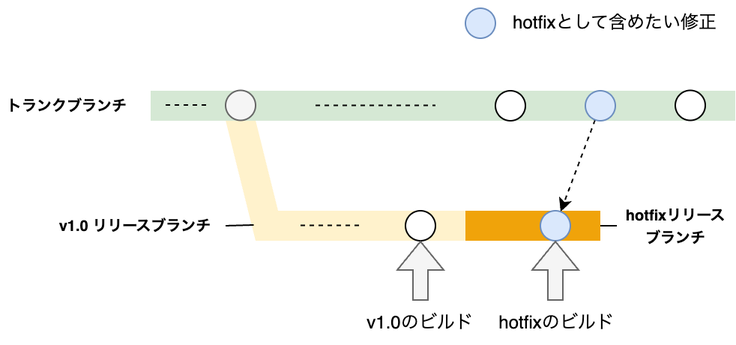
Above: images/trunk-based-development-strategy/trunk-based-hotfix-release.png in shotaIDE/zenn (draw.io), before the change. Source tidied: cells renumbered, new cells last; positions are measured from the earlier drawing's top-left corner, leaving out a move shared by most shapes. The source it was exported from:
```xml
<mxGraphModel>
  <root>
    <mxCell id="0" />
    <mxCell id="1" parent="0" />
    <mxCell id="2" style="rounded=0;whiteSpace=wrap;html=1;fillColor=#f0a30a;strokeColor=none;fontColor=#000000;" parent="1" vertex="1">
      <mxGeometry x="310" y="140" width="90" height="20" as="geometry" />
    </mxCell>
    <mxCell id="3" style="group;" parent="1" vertex="1">
      <mxGeometry x="150" y="79.8" width="160" height="80.2" as="geometry" />
    </mxCell>
    <mxCell id="4" style="rounded=0;whiteSpace=wrap;html=1;fillColor=#fff2cc;strokeColor=none;" parent="3" vertex="1">
      <mxGeometry x="30" y="60.2" width="130" height="20" as="geometry" />
    </mxCell>
    <mxCell id="5" style="shape=parallelogram;perimeter=parallelogramPerimeter;whiteSpace=wrap;html=1;fixedSize=1;fillColor=#fff2cc;strokeColor=none;flipH=1;" parent="3" vertex="1">
      <mxGeometry width="40" height="80.2" as="geometry" />
    </mxCell>
    <mxCell id="6" style="rounded=0;whiteSpace=wrap;html=1;fillColor=#d5e8d4;strokeColor=none;" parent="1" vertex="1">
      <mxGeometry x="100" y="60" width="390" height="20" as="geometry" />
    </mxCell>
    <mxCell id="7" style="ellipse;whiteSpace=wrap;html=1;fillColor=#f5f5f5;fontColor=#333333;strokeColor=#666666;" parent="1" vertex="1">
      <mxGeometry x="150" y="59.8" width="20" height="20" as="geometry" />
    </mxCell>
    <mxCell id="8" style="rounded=0;jettySize=auto;html=1;entryX=0.531;entryY=0.869;entryDx=0;entryDy=0;endArrow=none;endFill=0;exitX=1;exitY=0.5;exitDx=0;exitDy=0;entryPerimeter=0;" parent="1" edge="1" source="9" target="5">
      <mxGeometry relative="1" as="geometry" />
    </mxCell>
    <mxCell id="9" value="&lt;b&gt;&lt;font style=&quot;font-size: 10px;&quot;&gt;v1.0 リリースブランチ&lt;/font&gt;&lt;/b&gt;" style="text;html=1;strokeColor=none;fillColor=none;align=center;verticalAlign=middle;whiteSpace=wrap;rounded=0;" parent="1" vertex="1">
      <mxGeometry x="30" y="140" width="120" height="20" as="geometry" />
    </mxCell>
    <mxCell id="10" style="ellipse;whiteSpace=wrap;html=1;" parent="1" vertex="1">
      <mxGeometry x="330" y="60" width="20" height="20" as="geometry" />
    </mxCell>
    <mxCell id="11" style="rounded=0;jettySize=auto;html=1;dashed=1;" parent="1" edge="1" source="12" target="15">
      <mxGeometry relative="1" as="geometry" />
    </mxCell>
    <mxCell id="12" style="ellipse;whiteSpace=wrap;html=1;fillColor=#dae8fc;strokeColor=#6c8ebf;" parent="1" vertex="1">
      <mxGeometry x="390" y="60" width="20" height="20" as="geometry" />
    </mxCell>
    <mxCell id="13" style="ellipse;whiteSpace=wrap;html=1;" parent="1" vertex="1">
      <mxGeometry x="450" y="59.8" width="20" height="20" as="geometry" />
    </mxCell>
    <mxCell id="14" style="ellipse;whiteSpace=wrap;html=1;" parent="1" vertex="1">
      <mxGeometry x="270" y="140" width="20" height="20" as="geometry" />
    </mxCell>
    <mxCell id="15" style="ellipse;whiteSpace=wrap;html=1;fillColor=#dae8fc;strokeColor=#6c8ebf;" parent="1" vertex="1">
      <mxGeometry x="360" y="140" width="20" height="20" as="geometry" />
    </mxCell>
    <mxCell id="16" style="ellipse;whiteSpace=wrap;html=1;fillColor=#dae8fc;strokeColor=#6c8ebf;" parent="1" vertex="1">
      <mxGeometry x="310" y="5" width="20" height="20" as="geometry" />
    </mxCell>
    <mxCell id="17" value="hotfixとして含めたい修正" style="text;html=1;align=center;verticalAlign=middle;whiteSpace=wrap;rounded=0;" parent="1" vertex="1">
      <mxGeometry x="330" width="160" height="30" as="geometry" />
    </mxCell>
    <mxCell id="18" style="shape=flexArrow;endArrow=classic;html=1;rounded=0;fillColor=#f5f5f5;strokeColor=#666666;" parent="1" edge="1">
      <mxGeometry relative="1" as="geometry">
        <mxPoint x="280" y="200" as="sourcePoint" />
        <mxPoint x="280" y="160" as="targetPoint" />
      </mxGeometry>
    </mxCell>
    <mxCell id="19" value="v1.0のビルド" style="text;html=1;align=center;verticalAlign=middle;whiteSpace=wrap;rounded=0;fontFamily=Helvetica;fontSize=12;fontColor=default;" parent="1" vertex="1">
      <mxGeometry x="235" y="200" width="90" height="30" as="geometry" />
    </mxCell>
    <mxCell id="20" style="shape=flexArrow;endArrow=classic;html=1;rounded=0;fillColor=#f5f5f5;strokeColor=#666666;" parent="1" edge="1">
      <mxGeometry relative="1" as="geometry">
        <mxPoint x="370" y="200" as="sourcePoint" />
        <mxPoint x="370" y="160" as="targetPoint" />
      </mxGeometry>
    </mxCell>
    <mxCell id="21" value="hotfixのビルド" style="text;html=1;align=center;verticalAlign=middle;whiteSpace=wrap;rounded=0;fontFamily=Helvetica;fontSize=12;fontColor=default;" parent="1" vertex="1">
      <mxGeometry x="321" y="200" width="100" height="30" as="geometry" />
    </mxCell>
    <mxCell id="22" style="endArrow=none;html=1;rounded=0;dashed=1;endFill=0;" parent="1" edge="1">
      <mxGeometry relative="1" as="geometry">
        <mxPoint x="210" y="69.8" as="sourcePoint" />
        <mxPoint x="290" y="69.8" as="targetPoint" />
      </mxGeometry>
    </mxCell>
    <mxCell id="23" style="endArrow=none;html=1;rounded=0;dashed=1;endFill=0;" parent="1" edge="1">
      <mxGeometry relative="1" as="geometry">
        <mxPoint x="200" y="149.8" as="sourcePoint" />
        <mxPoint x="240" y="149.8" as="targetPoint" />
      </mxGeometry>
    </mxCell>
    <mxCell id="24" style="endArrow=none;html=1;rounded=0;dashed=1;endFill=0;" parent="1" edge="1">
      <mxGeometry relative="1" as="geometry">
        <mxPoint x="110" y="69.5" as="sourcePoint" />
        <mxPoint x="140" y="69.5" as="targetPoint" />
      </mxGeometry>
    </mxCell>
    <mxCell id="25" style="rounded=0;jettySize=auto;html=1;entryX=1;entryY=0.5;entryDx=0;entryDy=0;endArrow=none;endFill=0;" parent="1" edge="1" source="26" target="2">
      <mxGeometry relative="1" as="geometry" />
    </mxCell>
    <mxCell id="26" value="&lt;font style=&quot;font-size: 10px;&quot;&gt;&lt;b&gt;hotfixリリース&lt;/b&gt;&lt;/font&gt;&lt;div&gt;&lt;font style=&quot;font-size: 10px;&quot;&gt;&lt;b&gt;ブランチ&lt;/b&gt;&lt;/font&gt;&lt;/div&gt;" style="text;html=1;strokeColor=none;fillColor=none;align=center;verticalAlign=middle;whiteSpace=wrap;rounded=0;" parent="1" vertex="1">
      <mxGeometry x="411" y="130" width="79" height="40" as="geometry" />
    </mxCell>
    <mxCell id="27" value="&lt;font style=&quot;font-size: 10px;&quot;&gt;&lt;b&gt;トランクブランチ&lt;/b&gt;&lt;/font&gt;" style="text;html=1;strokeColor=none;fillColor=none;align=center;verticalAlign=middle;whiteSpace=wrap;rounded=0;" parent="1" vertex="1">
      <mxGeometry x="-0.5" y="59.4" width="91" height="21.2" as="geometry" />
    </mxCell>
  </root>
</mxGraphModel>
```
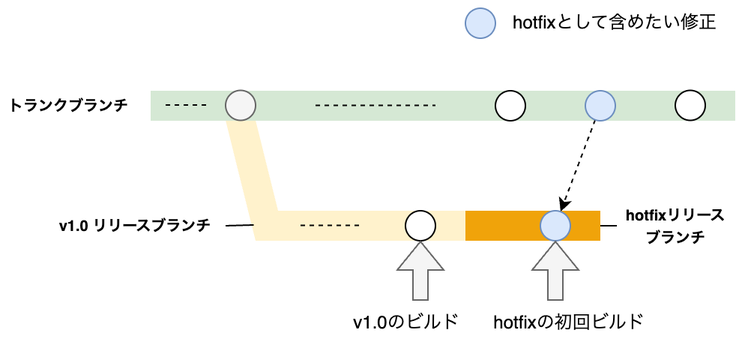
Above is the later version.

Diff of the diagram source:
```diff
@@ -57,7 +57,7 @@
       </mxGeometry>
     </mxCell>
     <mxCell id="19" value="v1.0のビルド" style="text;html=1;align=center;verticalAlign=middle;whiteSpace=wrap;rounded=0;fontFamily=Helvetica;fontSize=12;fontColor=default;" parent="1" vertex="1">
-      <mxGeometry x="235" y="200" width="90" height="30" as="geometry" />
+      <mxGeometry x="225.5" y="200" width="90" height="30" as="geometry" />
     </mxCell>
     <mxCell id="20" style="shape=flexArrow;endArrow=classic;html=1;rounded=0;fillColor=#f5f5f5;strokeColor=#666666;" parent="1" edge="1">
       <mxGeometry relative="1" as="geometry">
@@ -65,8 +65,8 @@
         <mxPoint x="370" y="160" as="targetPoint" />
       </mxGeometry>
     </mxCell>
-    <mxCell id="21" value="hotfixのビルド" style="text;html=1;align=center;verticalAlign=middle;whiteSpace=wrap;rounded=0;fontFamily=Helvetica;fontSize=12;fontColor=default;" parent="1" vertex="1">
-      <mxGeometry x="321" y="200" width="100" height="30" as="geometry" />
+    <mxCell id="21" value="hotfixの初回ビルド" style="text;html=1;align=center;verticalAlign=middle;whiteSpace=wrap;rounded=0;fontFamily=Helvetica;fontSize=12;fontColor=default;" parent="1" vertex="1">
+      <mxGeometry x="320" y="200" width="119" height="30" as="geometry" />
     </mxCell>
     <mxCell id="22" style="endArrow=none;html=1;rounded=0;dashed=1;endFill=0;" parent="1" edge="1">
       <mxGeometry relative="1" as="geometry">
```
